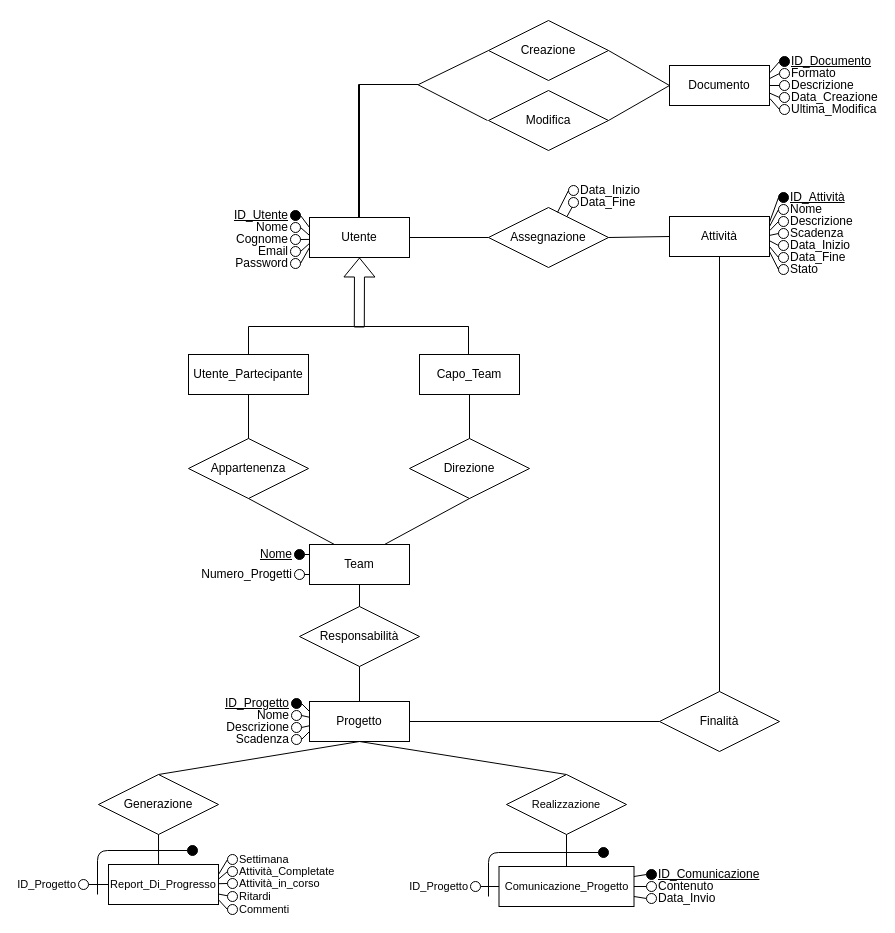
Earlier version of the draw.io diagram Diagramma E-R.drawio (LuigiPuca/SWBD). Source tidied: cells renumbered, new cells numbered last; positions are measured from the earlier drawing's top-left corner, leaving out a move shared by most shapes. Both pictures are drawn from the tidied source at 100%, with x=0, y=0 at pixel (78, 20).
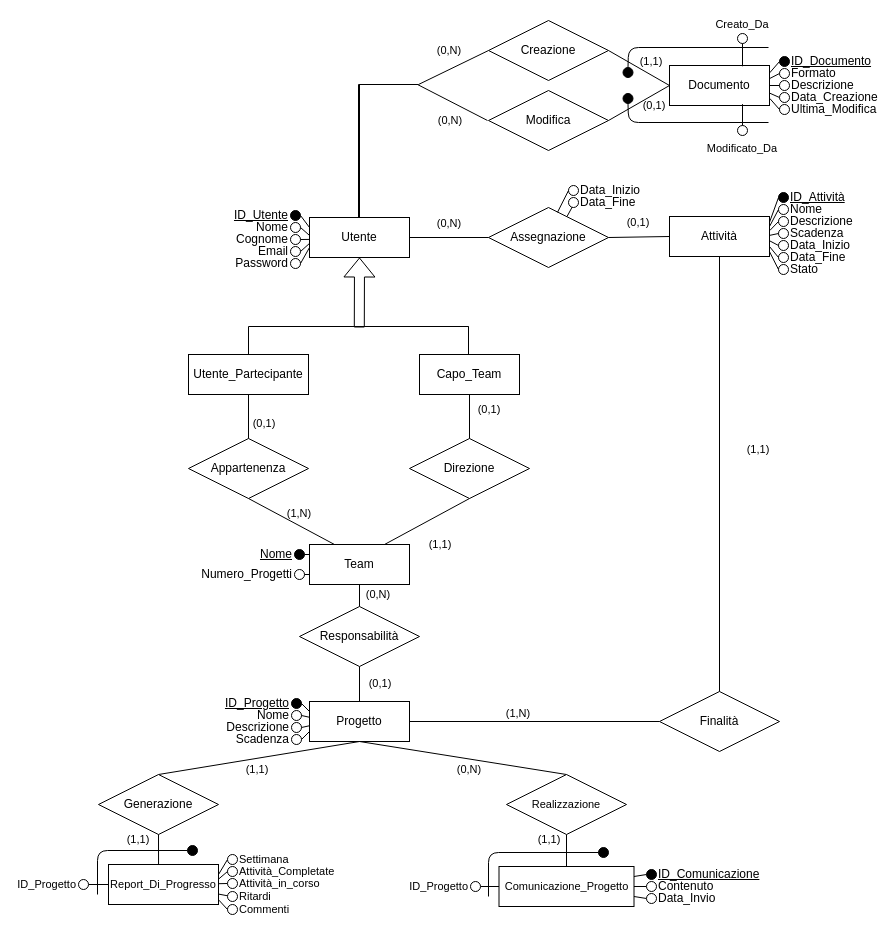
The same diagram, later.

Unchanged cells that the change refers to:
```xml
<mxCell id="40" value="Documento" style="whiteSpace=wrap;html=1;align=center;" parent="1" vertex="1">
  <mxGeometry x="591" y="45" width="100" height="40" as="geometry" />
</mxCell>
```

What changed in the source:
```diff
@@
+    <mxCell id="114" value="(1,1)" style="text;html=1;strokeColor=none;fillColor=none;align=center;verticalAlign=middle;whiteSpace=wrap;rounded=0;fontSize=11;fontFamily=Helvetica;fontColor=default;" parent="1" vertex="1">
+      <mxGeometry x="332" y="509" width="60" height="30" as="geometry" />
+    </mxCell>
+    <mxCell id="115" value="(0,1)" style="text;html=1;strokeColor=none;fillColor=none;align=center;verticalAlign=middle;whiteSpace=wrap;rounded=0;fontSize=11;fontFamily=Helvetica;fontColor=default;" parent="1" vertex="1">
+      <mxGeometry x="381" y="374" width="60" height="30" as="geometry" />
+    </mxCell>
+    <mxCell id="116" value="(0,1)" style="text;html=1;strokeColor=none;fillColor=none;align=center;verticalAlign=middle;whiteSpace=wrap;rounded=0;fontSize=11;fontFamily=Helvetica;fontColor=default;" parent="1" vertex="1">
+      <mxGeometry x="156" y="388" width="60" height="30" as="geometry" />
+    </mxCell>
+    <mxCell id="117" value="(1,N)" style="text;html=1;strokeColor=none;fillColor=none;align=center;verticalAlign=middle;whiteSpace=wrap;rounded=0;fontSize=11;fontFamily=Helvetica;fontColor=default;" parent="1" vertex="1">
+      <mxGeometry x="191" y="478" width="60" height="30" as="geometry" />
+    </mxCell>
+    <mxCell id="118" value="(0,N)" style="text;html=1;strokeColor=none;fillColor=none;align=center;verticalAlign=middle;whiteSpace=wrap;rounded=0;fontSize=11;fontFamily=Helvetica;fontColor=default;" parent="1" vertex="1">
+      <mxGeometry x="270" y="559" width="60" height="30" as="geometry" />
+    </mxCell>
+    <mxCell id="119" value="(0,1)" style="text;html=1;strokeColor=none;fillColor=none;align=center;verticalAlign=middle;whiteSpace=wrap;rounded=0;fontSize=11;fontFamily=Helvetica;fontColor=default;" parent="1" vertex="1">
+      <mxGeometry x="272" y="648" width="60" height="30" as="geometry" />
+    </mxCell>
+    <mxCell id="120" value="(1,N)" style="text;html=1;strokeColor=none;fillColor=none;align=center;verticalAlign=middle;whiteSpace=wrap;rounded=0;fontSize=11;fontFamily=Helvetica;fontColor=default;" parent="1" vertex="1">
+      <mxGeometry x="410" y="678" width="60" height="30" as="geometry" />
+    </mxCell>
+    <mxCell id="121" value="(1,1)" style="text;html=1;strokeColor=none;fillColor=none;align=center;verticalAlign=middle;whiteSpace=wrap;rounded=0;fontSize=11;fontFamily=Helvetica;fontColor=default;" parent="1" vertex="1">
+      <mxGeometry x="650" y="414" width="60" height="30" as="geometry" />
+    </mxCell>
+    <mxCell id="122" value="(0,N)" style="text;html=1;strokeColor=none;fillColor=none;align=center;verticalAlign=middle;whiteSpace=wrap;rounded=0;fontSize=11;fontFamily=Helvetica;fontColor=default;" parent="1" vertex="1">
+      <mxGeometry x="341" y="188" width="60" height="30" as="geometry" />
+    </mxCell>
+    <mxCell id="123" value="(0,1)" style="text;html=1;strokeColor=none;fillColor=none;align=center;verticalAlign=middle;whiteSpace=wrap;rounded=0;fontSize=11;fontFamily=Helvetica;fontColor=default;" parent="1" vertex="1">
+      <mxGeometry x="530" y="187" width="60" height="30" as="geometry" />
+    </mxCell>
+    <mxCell id="124" value="(0,N)" style="text;html=1;strokeColor=none;fillColor=none;align=center;verticalAlign=middle;whiteSpace=wrap;rounded=0;fontSize=11;fontFamily=Helvetica;fontColor=default;" parent="1" vertex="1">
+      <mxGeometry x="342" y="85" width="60" height="30" as="geometry" />
+    </mxCell>
+    <mxCell id="125" value="(0,N)" style="text;html=1;strokeColor=none;fillColor=none;align=center;verticalAlign=middle;whiteSpace=wrap;rounded=0;fontSize=11;fontFamily=Helvetica;fontColor=default;" parent="1" vertex="1">
+      <mxGeometry x="341" y="15" width="60" height="30" as="geometry" />
+    </mxCell>
+    <mxCell id="126" value="(1,1)" style="text;html=1;strokeColor=none;fillColor=none;align=center;verticalAlign=middle;whiteSpace=wrap;rounded=0;fontSize=11;fontFamily=Helvetica;fontColor=default;" parent="1" vertex="1">
+      <mxGeometry x="543" y="26" width="60" height="30" as="geometry" />
+    </mxCell>
+    <mxCell id="127" value="(0,1)" style="text;html=1;strokeColor=none;fillColor=none;align=center;verticalAlign=middle;whiteSpace=wrap;rounded=0;fontSize=11;fontFamily=Helvetica;fontColor=default;" parent="1" vertex="1">
+      <mxGeometry x="545.5" y="70" width="60" height="30" as="geometry" />
+    </mxCell>
+    <mxCell id="128" style="edgeStyle=none;shape=connector;curved=0;rounded=1;jettySize=auto;html=1;labelBackgroundColor=default;strokeColor=default;align=center;verticalAlign=middle;fontFamily=Helvetica;fontSize=11;fontColor=default;endArrow=none;sourcePerimeterSpacing=0;targetPerimeterSpacing=0;" parent="1" edge="1" target="130">
+      <mxGeometry relative="1" as="geometry">
+        <mxPoint x="690" y="27" as="sourcePoint" />
+        <Array as="points">
+          <mxPoint x="550" y="27" />
+        </Array>
+      </mxGeometry>
+    </mxCell>
+    <mxCell id="129" value="Creato_Da" style="ellipse;whiteSpace=wrap;html=1;align=center;labelPosition=center;verticalLabelPosition=top;verticalAlign=bottom;fillStyle=auto;fontFamily=Helvetica;fontSize=11;" parent="1" vertex="1">
+      <mxGeometry x="659" y="13" width="10" height="10" as="geometry" />
+    </mxCell>
+    <mxCell id="130" style="ellipse;whiteSpace=wrap;html=1;align=right;fontStyle=4;labelBackgroundColor=none;labelPosition=left;verticalLabelPosition=middle;verticalAlign=middle;fillColor=#000000;fontFamily=Helvetica;fontSize=11;fontColor=default;" parent="1" vertex="1">
+      <mxGeometry x="544.5" y="47" width="10" height="10" as="geometry" />
+    </mxCell>
+    <mxCell id="131" value="Modificato_Da" style="ellipse;whiteSpace=wrap;html=1;align=center;labelPosition=center;verticalLabelPosition=bottom;verticalAlign=top;fillStyle=auto;fontFamily=Helvetica;fontSize=11;" parent="1" vertex="1">
+      <mxGeometry x="659" y="105" width="10" height="10" as="geometry" />
+    </mxCell>
+    <mxCell id="132" style="ellipse;whiteSpace=wrap;html=1;align=right;fontStyle=4;labelBackgroundColor=none;labelPosition=left;verticalLabelPosition=middle;verticalAlign=middle;fillColor=#000000;fontFamily=Helvetica;fontSize=11;fontColor=default;" parent="1" vertex="1">
+      <mxGeometry x="544.5" y="73" width="10" height="10" as="geometry" />
+    </mxCell>
+    <mxCell id="133" style="edgeStyle=none;shape=connector;curved=0;rounded=0;jettySize=auto;html=1;exitX=0.5;exitY=1;exitDx=0;exitDy=0;entryX=0.73;entryY=0.019;entryDx=0;entryDy=0;entryPerimeter=0;labelBackgroundColor=default;strokeColor=default;align=center;verticalAlign=middle;fontFamily=Helvetica;fontSize=11;fontColor=default;endArrow=none;sourcePerimeterSpacing=0;targetPerimeterSpacing=0;" parent="1" edge="1" source="129" target="40">
+      <mxGeometry relative="1" as="geometry" />
+    </mxCell>
+    <mxCell id="134" style="edgeStyle=none;shape=connector;curved=0;rounded=0;jettySize=auto;html=1;exitX=0.5;exitY=0;exitDx=0;exitDy=0;entryX=0.73;entryY=0.966;entryDx=0;entryDy=0;entryPerimeter=0;labelBackgroundColor=default;strokeColor=default;align=center;verticalAlign=middle;fontFamily=Helvetica;fontSize=11;fontColor=default;endArrow=none;sourcePerimeterSpacing=0;targetPerimeterSpacing=0;" parent="1" edge="1" source="131" target="40">
+      <mxGeometry relative="1" as="geometry" />
+    </mxCell>
+    <mxCell id="135" style="endArrow=none;html=1;rounded=1;labelBackgroundColor=default;strokeColor=default;align=center;verticalAlign=middle;fontFamily=Helvetica;fontSize=11;fontColor=default;sourcePerimeterSpacing=0;targetPerimeterSpacing=0;shape=connector;curved=0;exitX=0.5;exitY=1;exitDx=0;exitDy=0;" parent="1" edge="1" source="132">
+      <mxGeometry relative="1" as="geometry">
+        <mxPoint x="690" y="102" as="targetPoint" />
+        <Array as="points">
+          <mxPoint x="550" y="102" />
+        </Array>
+      </mxGeometry>
+    </mxCell>
+    <mxCell id="136" value="(1,1)" style="text;html=1;strokeColor=none;fillColor=none;align=center;verticalAlign=middle;whiteSpace=wrap;rounded=0;fontSize=11;fontFamily=Helvetica;fontColor=default;" parent="1" vertex="1">
+      <mxGeometry x="149" y="734" width="60" height="30" as="geometry" />
+    </mxCell>
+    <mxCell id="137" value="(1,1)" style="text;html=1;strokeColor=none;fillColor=none;align=center;verticalAlign=middle;whiteSpace=wrap;rounded=0;fontSize=11;fontFamily=Helvetica;fontColor=default;" parent="1" vertex="1">
+      <mxGeometry x="30" y="804" width="60" height="30" as="geometry" />
+    </mxCell>
+    <mxCell id="138" value="(0,N)" style="text;html=1;strokeColor=none;fillColor=none;align=center;verticalAlign=middle;whiteSpace=wrap;rounded=0;fontSize=11;fontFamily=Helvetica;fontColor=default;" parent="1" vertex="1">
+      <mxGeometry x="361" y="734" width="60" height="30" as="geometry" />
+    </mxCell>
+    <mxCell id="139" value="(1,1)" style="text;html=1;strokeColor=none;fillColor=none;align=center;verticalAlign=middle;whiteSpace=wrap;rounded=0;fontSize=11;fontFamily=Helvetica;fontColor=default;" parent="1" vertex="1">
+      <mxGeometry x="441" y="804" width="60" height="30" as="geometry" />
+    </mxCell>
```
